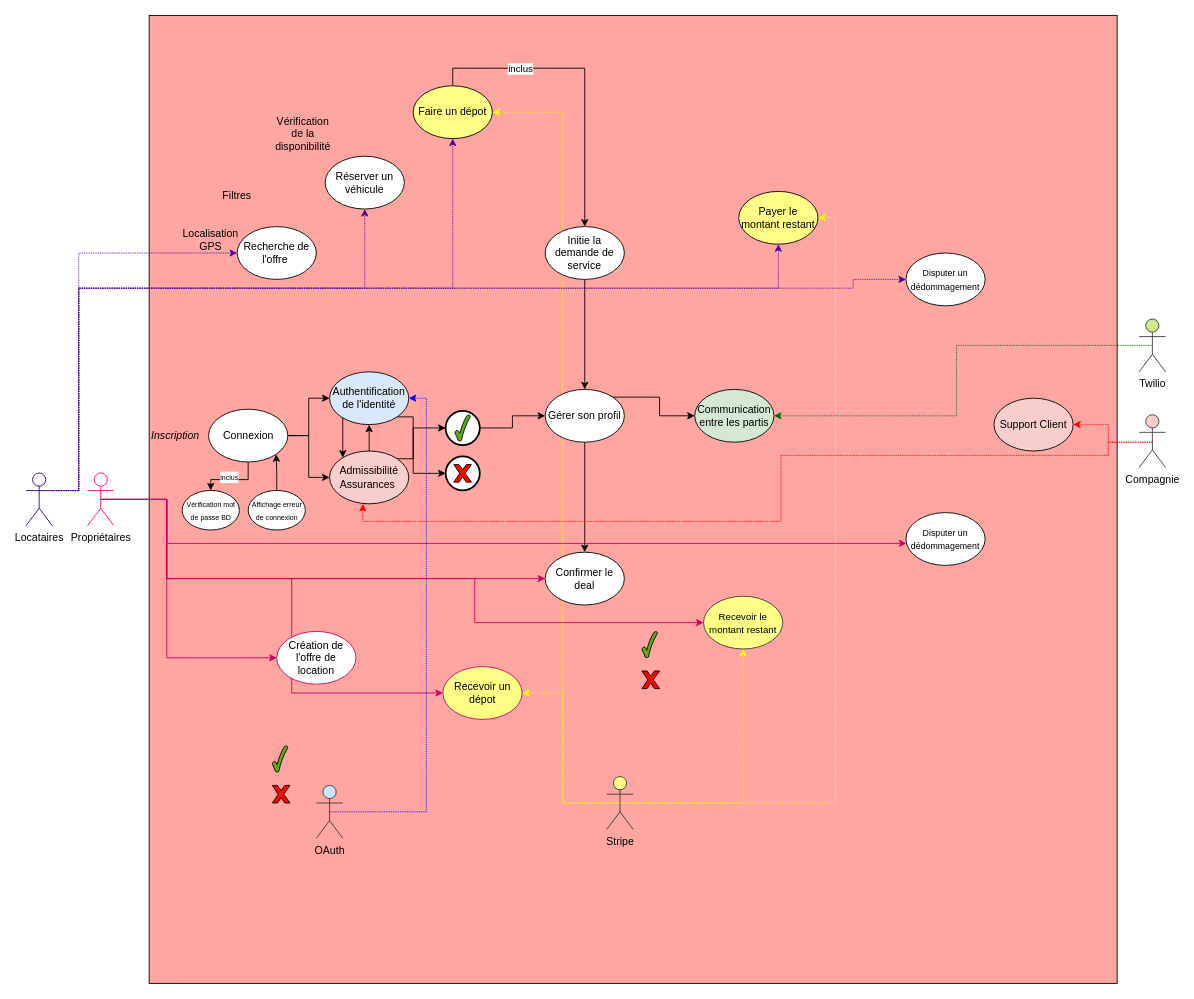
The draw.io diagram Untitled Diagram.drawio in Daimyo-Sama/qwerty, before the edit. Source tidied: cells renumbered, new cells numbered last; positions are measured from the earlier drawing's top-left corner, leaving out a move shared by most shapes. Both pictures are drawn from the tidied source at 88%, with x=0, y=0 at pixel (26, 15).
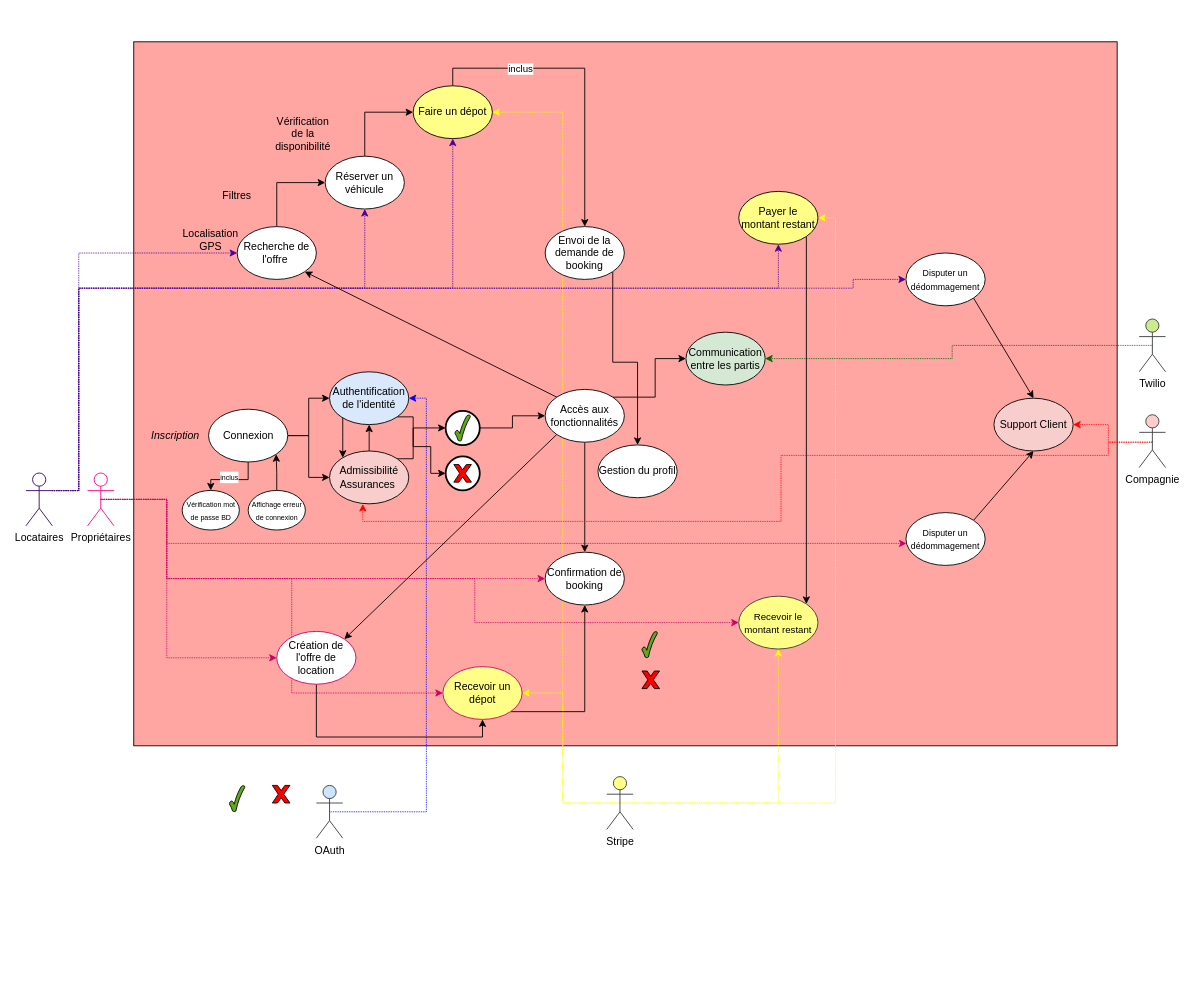
The same diagram, later.

Unchanged cells that the change refers to:
```xml
<mxCell id="19" value="Propriétaires" style="shape=umlActor;verticalLabelPosition=bottom;verticalAlign=top;html=1;outlineConnect=0;strokeColor=#FF0080;" parent="1" vertex="1">
  <mxGeometry x="70" y="520" width="30" height="60" as="geometry" />
</mxCell>
<mxCell id="33" value="Recherche de l'offre&amp;nbsp;" style="ellipse;whiteSpace=wrap;html=1;strokeColor=#000000;" parent="1" vertex="1">
  <mxGeometry x="240" y="240" width="90" height="60" as="geometry" />
</mxCell>
<mxCell id="37" value="Réserver un véhicule" style="ellipse;whiteSpace=wrap;html=1;strokeColor=#000000;" parent="1" vertex="1">
  <mxGeometry x="340" y="160" width="90" height="60" as="geometry" />
</mxCell>
<mxCell id="40" value="Faire un dépot" style="ellipse;whiteSpace=wrap;html=1;fillColor=#ffff88;strokeColor=#000000;" parent="1" vertex="1">
  <mxGeometry x="440" y="80" width="90" height="60" as="geometry" />
</mxCell>
<mxCell id="41" value="Payer le montant restant" style="ellipse;whiteSpace=wrap;html=1;fillColor=#ffff88;strokeColor=#000000;" parent="1" vertex="1">
  <mxGeometry x="810" y="200" width="90" height="60" as="geometry" />
</mxCell>
<mxCell id="44" value="Création de l'offre de location" style="ellipse;whiteSpace=wrap;html=1;strokeColor=#CC0066;" parent="1" vertex="1">
  <mxGeometry x="285" y="700" width="90" height="60" as="geometry" />
</mxCell>
<mxCell id="48" value="Support Client" style="ellipse;whiteSpace=wrap;html=1;fillColor=#f8cecc;strokeColor=#000000;" parent="1" vertex="1">
  <mxGeometry x="1100" y="435" width="90" height="60" as="geometry" />
</mxCell>
<mxCell id="49" value="&lt;font style=&quot;font-size: 10px;&quot;&gt;Disputer un dédommagement&lt;/font&gt;" style="ellipse;whiteSpace=wrap;html=1;strokeColor=#000000;" parent="1" vertex="1">
  <mxGeometry x="1000" y="565" width="90" height="60" as="geometry" />
</mxCell>
<mxCell id="52" value="Authentification de l'identité" style="ellipse;whiteSpace=wrap;html=1;fillColor=#dae8fc;strokeColor=#000000;" parent="1" vertex="1">
  <mxGeometry x="345" y="405" width="90" height="60" as="geometry" />
</mxCell>
<mxCell id="53" value="&lt;font style=&quot;font-size: 10px;&quot;&gt;Disputer un dédommagement&lt;/font&gt;" style="ellipse;whiteSpace=wrap;html=1;strokeColor=#000000;" parent="1" vertex="1">
  <mxGeometry x="1000" y="270" width="90" height="60" as="geometry" />
</mxCell>
<mxCell id="54" value="Recevoir un dépot" style="ellipse;whiteSpace=wrap;html=1;fillColor=#ffff88;strokeColor=#CC0066;" parent="1" vertex="1">
  <mxGeometry x="473.8" y="740" width="90" height="60" as="geometry" />
</mxCell>
<mxCell id="70" style="ellipse;whiteSpace=wrap;html=1;strokeWidth=2;strokeColor=#000000;" parent="1" vertex="1">
  <mxGeometry x="476.9" y="501" width="38.8" height="38.8" as="geometry" />
</mxCell>
```

Change to the diagram source:
```diff
@@
-    <mxCell id="2" style="whiteSpace=wrap;html=1;fillColor=#FFA5A2;" parent="1" vertex="1">
-      <mxGeometry x="140" width="1100" height="1100" as="geometry" />
-    </mxCell>
+    <mxCell id="73" style="rounded=0;whiteSpace=wrap;html=1;fillColor=#FFA5A2;" parent="1" vertex="1">
+      <mxGeometry x="122.5" y="30" width="1117.5" height="800" as="geometry" />
+    </mxCell>
@@
-    <mxCell id="14" style="edgeStyle=orthogonalEdgeStyle;rounded=0;jettySize=auto;html=1;exitX=0.5;exitY=0.5;exitDx=0;exitDy=0;exitPerimeter=0;entryX=0;entryY=0.5;entryDx=0;entryDy=0;strokeColor=#CC0066;" parent="1" edge="1" source="19" target="44">
+    <mxCell id="14" style="edgeStyle=orthogonalEdgeStyle;rounded=0;jettySize=auto;html=1;exitX=0.5;exitY=0.5;exitDx=0;exitDy=0;exitPerimeter=0;entryX=0;entryY=0.5;entryDx=0;entryDy=0;strokeColor=#CC0066;dashed=1;dashPattern=1 1;" parent="1" edge="1" source="19" target="44">
       <mxGeometry relative="1" as="geometry">
         <Array as="points">
           <mxPoint x="160" y="550" />
           <mxPoint x="160" y="730" />
         </Array>
       </mxGeometry>
     </mxCell>
-    <mxCell id="15" style="edgeStyle=orthogonalEdgeStyle;rounded=0;jettySize=auto;html=1;exitX=0.5;exitY=0.5;exitDx=0;exitDy=0;exitPerimeter=0;entryX=0;entryY=0.5;entryDx=0;entryDy=0;strokeColor=#CC0066;" parent="1" edge="1" source="19" target="31">
+    <mxCell id="15" style="edgeStyle=orthogonalEdgeStyle;rounded=0;jettySize=auto;html=1;exitX=0.5;exitY=0.5;exitDx=0;exitDy=0;exitPerimeter=0;entryX=0;entryY=0.5;entryDx=0;entryDy=0;strokeColor=#CC0066;dashed=1;dashPattern=1 1;" parent="1" edge="1" source="19" target="31">
       <mxGeometry relative="1" as="geometry">
         <Array as="points">
           <mxPoint x="160" y="550" />
           <mxPoint x="160" y="640" />
         </Array>
       </mxGeometry>
     </mxCell>
-    <mxCell id="16" style="edgeStyle=orthogonalEdgeStyle;rounded=0;jettySize=auto;html=1;exitX=0.5;exitY=0.5;exitDx=0;exitDy=0;exitPerimeter=0;entryX=0;entryY=0.5;entryDx=0;entryDy=0;strokeColor=#CC0066;" parent="1" edge="1" source="19" target="54">
+    <mxCell id="16" style="edgeStyle=orthogonalEdgeStyle;rounded=0;jettySize=auto;html=1;exitX=0.5;exitY=0.5;exitDx=0;exitDy=0;exitPerimeter=0;entryX=0;entryY=0.5;entryDx=0;entryDy=0;strokeColor=#CC0066;dashed=1;dashPattern=1 1;" parent="1" edge="1" source="19" target="54">
       <mxGeometry relative="1" as="geometry">
         <Array as="points">
           <mxPoint x="160" y="550" />
           <mxPoint x="160" y="640" />
           <mxPoint x="302" y="640" />
           <mxPoint x="302" y="770" />
         </Array>
       </mxGeometry>
     </mxCell>
-    <mxCell id="17" style="edgeStyle=orthogonalEdgeStyle;rounded=0;jettySize=auto;html=1;exitX=0.5;exitY=0.5;exitDx=0;exitDy=0;exitPerimeter=0;entryX=0;entryY=0.5;entryDx=0;entryDy=0;strokeColor=#CC0066;" parent="1" edge="1" source="19" target="55">
+    <mxCell id="17" style="edgeStyle=orthogonalEdgeStyle;rounded=0;jettySize=auto;html=1;exitX=0.5;exitY=0.5;exitDx=0;exitDy=0;exitPerimeter=0;entryX=0;entryY=0.5;entryDx=0;entryDy=0;strokeColor=#CC0066;dashed=1;dashPattern=1 1;" parent="1" edge="1" source="19" target="55">
       <mxGeometry relative="1" as="geometry">
         <Array as="points">
           <mxPoint x="160" y="550" />
           <mxPoint x="160" y="640" />
           <mxPoint x="510" y="640" />
           <mxPoint x="510" y="690" />
         </Array>
       </mxGeometry>
     </mxCell>
-    <mxCell id="18" style="edgeStyle=orthogonalEdgeStyle;rounded=0;jettySize=auto;html=1;exitX=0.5;exitY=0.5;exitDx=0;exitDy=0;exitPerimeter=0;strokeColor=#CC0066;" parent="1" edge="1" source="19" target="49">
+    <mxCell id="18" style="edgeStyle=orthogonalEdgeStyle;rounded=0;jettySize=auto;html=1;exitX=0.5;exitY=0.5;exitDx=0;exitDy=0;exitPerimeter=0;strokeColor=#CC0066;dashed=1;dashPattern=1 1;" parent="1" edge="1" source="19" target="49">
       <mxGeometry relative="1" as="geometry">
         <Array as="points">
           <mxPoint x="160" y="550" />
           <mxPoint x="160" y="600" />
         </Array>
       </mxGeometry>
     </mxCell>
@@
-    <mxCell id="31" value="Confirmer le deal" style="ellipse;whiteSpace=wrap;html=1;strokeColor=#000000;" parent="1" vertex="1">
+    <mxCell id="31" value="Confirmation de booking" style="ellipse;whiteSpace=wrap;html=1;strokeColor=#000000;" parent="1" vertex="1">
       <mxGeometry x="590" y="610" width="90" height="60" as="geometry" />
     </mxCell>
@@
+    <mxCell id="74" style="edgeStyle=orthogonalEdgeStyle;rounded=0;jettySize=auto;html=1;exitX=0.5;exitY=0;exitDx=0;exitDy=0;entryX=0;entryY=0.5;entryDx=0;entryDy=0;" parent="1" edge="1" source="33" target="37">
+      <mxGeometry relative="1" as="geometry" />
+    </mxCell>
@@
+    <mxCell id="75" style="edgeStyle=orthogonalEdgeStyle;rounded=0;jettySize=auto;html=1;exitX=0.5;exitY=0;exitDx=0;exitDy=0;entryX=0;entryY=0.5;entryDx=0;entryDy=0;" parent="1" edge="1" source="37" target="40">
+      <mxGeometry relative="1" as="geometry" />
+    </mxCell>
@@
+    <mxCell id="76" style="edgeStyle=orthogonalEdgeStyle;rounded=0;jettySize=auto;html=1;exitX=1;exitY=1;exitDx=0;exitDy=0;entryX=1;entryY=0;entryDx=0;entryDy=0;" parent="1" edge="1" source="41" target="55">
+      <mxGeometry relative="1" as="geometry" />
+    </mxCell>
@@
     <mxCell id="42" value="Communication entre les partis" style="ellipse;whiteSpace=wrap;html=1;fillColor=#d5e8d4;strokeColor=#000000;" parent="1" vertex="1">
-      <mxGeometry x="760" y="425" width="90" height="60" as="geometry" />
+      <mxGeometry x="750" y="360" width="90" height="60" as="geometry" />
     </mxCell>
@@
+    <mxCell id="77" style="edgeStyle=orthogonalEdgeStyle;rounded=0;jettySize=auto;html=1;exitX=0.5;exitY=1;exitDx=0;exitDy=0;entryX=0.5;entryY=1;entryDx=0;entryDy=0;" parent="1" edge="1" source="44" target="54">
+      <mxGeometry relative="1" as="geometry" />
+    </mxCell>
@@
+    <mxCell id="78" style="rounded=0;jettySize=auto;html=1;exitX=1;exitY=0;exitDx=0;exitDy=0;entryX=0.5;entryY=1;entryDx=0;entryDy=0;" parent="1" edge="1" source="49" target="48">
+      <mxGeometry relative="1" as="geometry" />
+    </mxCell>
@@
     <mxCell id="51" style="edgeStyle=orthogonalEdgeStyle;rounded=0;jettySize=auto;html=1;exitX=1;exitY=1;exitDx=0;exitDy=0;entryX=0;entryY=0.5;entryDx=0;entryDy=0;" parent="1" edge="1" source="52" target="70">
       <mxGeometry relative="1" as="geometry">
         <Array as="points">
           <mxPoint x="440" y="456" />
-          <mxPoint x="440" y="520" />
+          <mxPoint x="440" y="490" />
+          <mxPoint x="460" y="490" />
+          <mxPoint x="460" y="520" />
         </Array>
       </mxGeometry>
     </mxCell>
@@
+    <mxCell id="79" style="rounded=0;jettySize=auto;html=1;exitX=1;exitY=1;exitDx=0;exitDy=0;entryX=0.5;entryY=0;entryDx=0;entryDy=0;" parent="1" edge="1" source="53" target="48">
+      <mxGeometry relative="1" as="geometry" />
+    </mxCell>
@@
+    <mxCell id="80" style="edgeStyle=orthogonalEdgeStyle;rounded=0;jettySize=auto;html=1;exitX=1;exitY=1;exitDx=0;exitDy=0;entryX=0.5;entryY=1;entryDx=0;entryDy=0;" parent="1" edge="1" source="54" target="31">
+      <mxGeometry relative="1" as="geometry" />
+    </mxCell>
@@
     <mxCell id="55" value="&lt;font style=&quot;font-size: 11px;&quot;&gt;Recevoir le montant restant&lt;/font&gt;" style="ellipse;whiteSpace=wrap;html=1;fillColor=#ffff88;strokeColor=#36393d;" parent="1" vertex="1">
-      <mxGeometry x="770" y="660" width="90" height="60" as="geometry" />
+      <mxGeometry x="810" y="660" width="90" height="60" as="geometry" />
     </mxCell>
@@
     <mxCell id="58" style="verticalLabelPosition=bottom;verticalAlign=top;html=1;shape=mxgraph.basic.tick;fillColor=#60a917;fontColor=#ffffff;strokeColor=#000000;" parent="1" vertex="1">
-      <mxGeometry x="280" y="830" width="17.5" height="30" as="geometry" />
+      <mxGeometry x="231.2" y="875" width="17.5" height="30" as="geometry" />
     </mxCell>
@@
+    <mxCell id="81" style="edgeStyle=orthogonalEdgeStyle;rounded=0;jettySize=auto;html=1;exitX=1;exitY=1;exitDx=0;exitDy=0;entryX=0.5;entryY=0;entryDx=0;entryDy=0;" parent="1" edge="1" source="61" target="82">
+      <mxGeometry relative="1" as="geometry" />
+    </mxCell>
-    <mxCell id="61" value="Initie la demande de service" style="ellipse;whiteSpace=wrap;html=1;strokeColor=#000000;" parent="1" vertex="1">
+    <mxCell id="61" value="Envoi de la demande de booking" style="ellipse;whiteSpace=wrap;html=1;strokeColor=#000000;" parent="1" vertex="1">
       <mxGeometry x="590" y="240" width="90" height="60" as="geometry" />
     </mxCell>
-    <mxCell id="62" style="edgeStyle=orthogonalEdgeStyle;rounded=0;jettySize=auto;html=1;entryX=0.5;entryY=0;entryDx=0;entryDy=0;" parent="1" edge="1" source="61" target="64">
-      <mxGeometry relative="1" as="geometry" />
-    </mxCell>
@@
-    <mxCell id="64" value="Gérer son profil" style="ellipse;whiteSpace=wrap;html=1;" parent="1" vertex="1">
+    <mxCell id="64" value="Accès aux fonctionnalités" style="ellipse;whiteSpace=wrap;html=1;" parent="1" vertex="1">
       <mxGeometry x="590" y="425" width="90" height="60" as="geometry" />
     </mxCell>
@@
+    <mxCell id="82" value="Gestion du profil" style="ellipse;whiteSpace=wrap;html=1;" parent="1" vertex="1">
+      <mxGeometry x="650" y="488.1" width="90" height="60" as="geometry" />
+    </mxCell>
+    <mxCell id="83" style="rounded=0;jettySize=auto;html=1;exitX=0;exitY=1;exitDx=0;exitDy=0;entryX=1;entryY=0;entryDx=0;entryDy=0;" parent="1" edge="1" source="64" target="44">
+      <mxGeometry relative="1" as="geometry" />
+    </mxCell>
+    <mxCell id="84" style="rounded=0;jettySize=auto;html=1;exitX=0;exitY=0;exitDx=0;exitDy=0;entryX=1;entryY=1;entryDx=0;entryDy=0;" parent="1" edge="1" source="64" target="33">
+      <mxGeometry relative="1" as="geometry" />
+    </mxCell>
```
